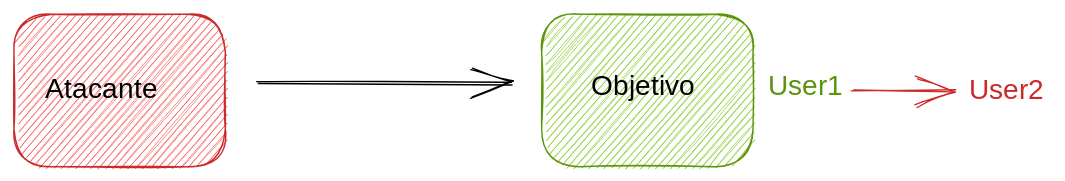
This is .gitbook/assets/file.excalidraw (1).svg from 4c65a/Great-Hacker-GitBook, a Excalidraw export, as it was before one commit. Source tidied: one line per element, renumbered; positions are measured from the earlier drawing's top-left corner, leaving out a move shared by most shapes.
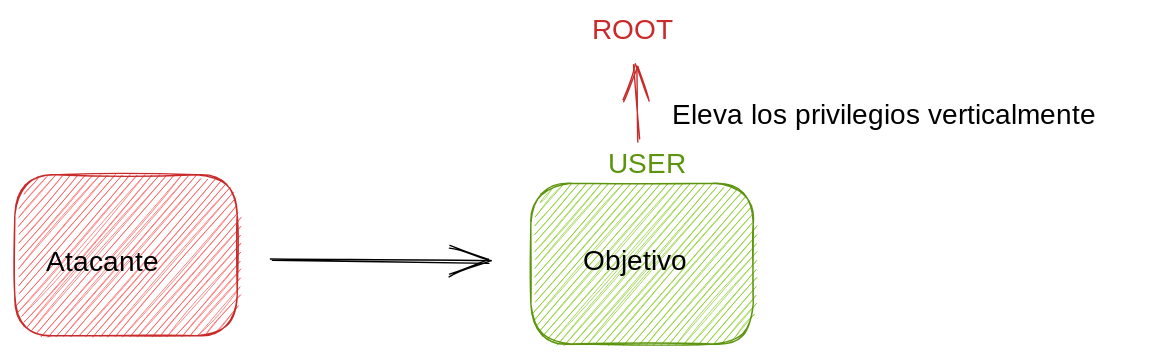
After the change.

Change to the diagram source:
```diff
@@ -1,8 +1,9 @@
-{"id": 0, "type": "rectangle", "strokeColor": "#c92a2a", "backgroundColor": "#fa5252", "fillStyle": "hachure", "strokeWidth": 1, "roughness": 1, "round": true, "x": 0, "y": 0, "width": 151, "height": 109}
-{"id": 1, "type": "rectangle", "strokeColor": "#5c940d", "backgroundColor": "#82c91e", "fillStyle": "hachure", "strokeWidth": 1, "roughness": 1, "round": true, "x": 377, "y": 0, "width": 151, "height": 109}
-{"id": 2, "type": "arrow", "strokeColor": "#000000", "backgroundColor": "#fa5252", "fillStyle": "hachure", "strokeWidth": 1, "roughness": 1, "endArrowhead": "arrow", "round": true, "from": 0, "to": 1, "x": 174, "y": 50, "width": 181, "height": 0, "points": [[0, 0], [181, 0]]}
+{"id": 8, "type": "rectangle", "strokeColor": "#c92a2a", "backgroundColor": "#fa5252", "fillStyle": "hachure", "strokeWidth": 1, "roughness": 1, "round": true, "x": 47, "y": 37, "width": 159, "height": 115}
+{"id": 9, "type": "rectangle", "strokeColor": "#5c940d", "backgroundColor": "#82c91e", "fillStyle": "hachure", "strokeWidth": 1, "roughness": 1, "round": true, "x": 416, "y": 43, "width": 159, "height": 115}
+{"id": 10, "type": "arrow", "strokeColor": "#000000", "backgroundColor": "#82c91e", "fillStyle": "hachure", "strokeWidth": 1, "roughness": 1, "endArrowhead": "arrow", "round": true, "from": 8, "x": 231, "y": 98, "width": 154, "height": 2, "points": [[0, 0], [154, 2]]}
-{"id": 3, "type": "text", "text": "Atacante", "strokeColor": "#000000", "backgroundColor": "#fa5252", "fillStyle": "hachure", "strokeWidth": 1, "roughness": 1, "fontSize": 20, "fontFamily": 1, "x": 22, "y": 42, "width": 93, "height": 25}
+{"id": 3, "type": "text", "text": "Atacante", "strokeColor": "#000000", "backgroundColor": "#82c91e", "fillStyle": "hachure", "strokeWidth": 1, "roughness": 1, "fontSize": 20, "fontFamily": 1, "x": 69, "y": 88, "width": 93, "height": 25}
-{"id": 4, "type": "text", "text": "Objetivo", "strokeColor": "#000000", "backgroundColor": "#fa5252", "fillStyle": "hachure", "strokeWidth": 1, "roughness": 1, "fontSize": 20, "fontFamily": 1, "x": 412, "y": 40, "width": 79, "height": 25}
+{"id": 4, "type": "text", "text": "Objetivo", "strokeColor": "#000000", "backgroundColor": "#82c91e", "fillStyle": "hachure", "strokeWidth": 1, "roughness": 1, "fontSize": 20, "fontFamily": 1, "x": 453, "y": 87, "width": 79, "height": 25}
-{"id": 5, "type": "text", "text": "User1", "strokeColor": "#5c940d", "backgroundColor": "#fa5252", "fillStyle": "hachure", "strokeWidth": 1, "roughness": 1, "fontSize": 20, "fontFamily": 1, "x": 539, "y": 40, "width": 50, "height": 25}
-{"id": 6, "type": "arrow", "strokeColor": "#c92a2a", "backgroundColor": "#fa5252", "fillStyle": "hachure", "strokeWidth": 1, "roughness": 1, "endArrowhead": "arrow", "round": true, "from": 5, "to": 7, "x": 599, "y": 54, "width": 73, "height": 0, "points": [[0, 0], [73, 0]]}
-{"id": 7, "type": "text", "text": "User2", "strokeColor": "#c92a2a", "backgroundColor": "#fa5252", "fillStyle": "hachure", "strokeWidth": 1, "roughness": 1, "fontSize": 20, "fontFamily": 1, "x": 682, "y": 43, "width": 59, "height": 25}
+{"id": 11, "type": "arrow", "strokeColor": "#c92a2a", "backgroundColor": "#82c91e", "fillStyle": "hachure", "strokeWidth": 1, "roughness": 1, "endArrowhead": "arrow", "round": true, "from": 13, "to": 12, "x": 493, "y": 12, "width": 3, "height": 53, "points": [[0, 0], [-3, -53]]}
+{"id": 12, "type": "text", "text": "ROOT", "strokeColor": "#c92a2a", "backgroundColor": "#82c91e", "fillStyle": "hachure", "strokeWidth": 1, "roughness": 1, "fontSize": 20, "fontFamily": 1, "x": 460, "y": -78, "width": 59, "height": 25}
+{"id": 13, "type": "text", "text": "USER", "strokeColor": "#5c940d", "backgroundColor": "#82c91e", "fillStyle": "hachure", "strokeWidth": 1, "roughness": 1, "fontSize": 20, "fontFamily": 1, "x": 471, "y": 18, "width": 53, "height": 25}
+{"id": 14, "type": "text", "text": "Eleva los privilegios verticalmente", "strokeColor": "#000000", "backgroundColor": "#82c91e", "fillStyle": "hachure", "strokeWidth": 1, "roughness": 1, "fontSize": 20, "fontFamily": 1, "x": 517, "y": -17, "width": 330, "height": 25}
```
